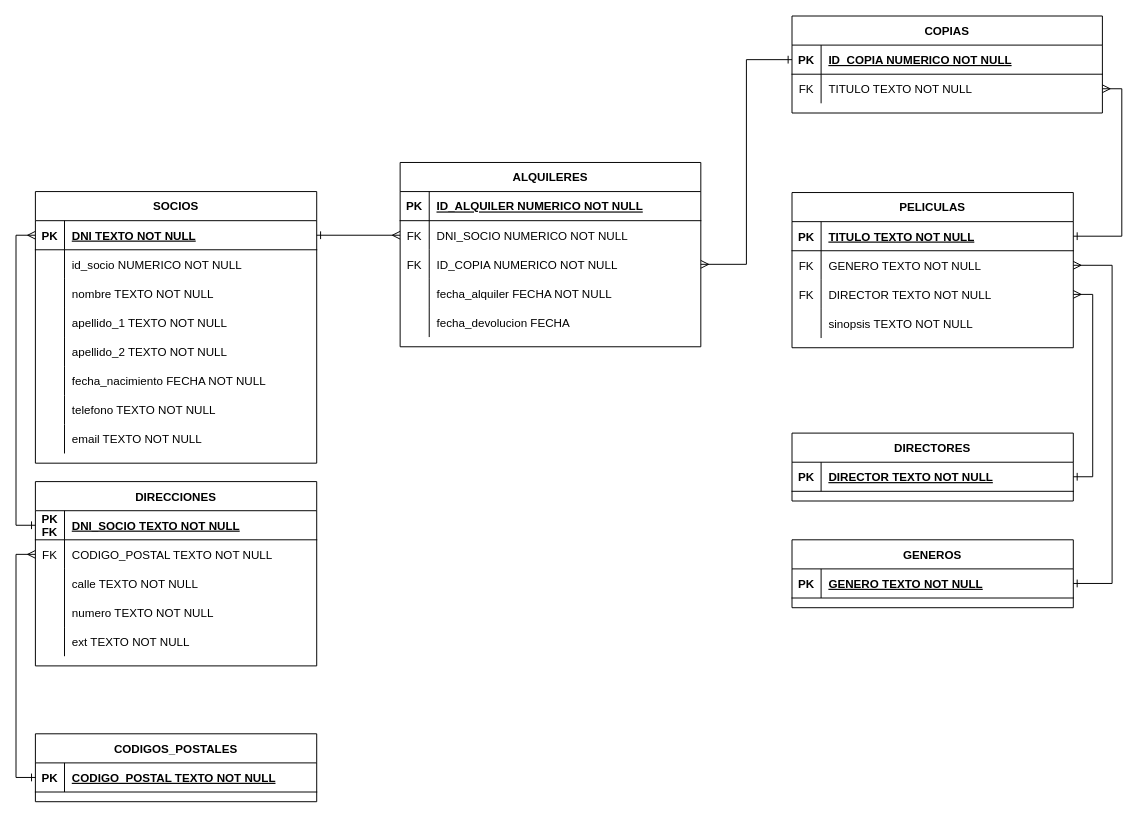
Above: GraficoVideoclub.drawio in Boncroix/Practica_ModeladoDeDatosSQL (draw.io), before the change. Source tidied: cells renumbered, new cells numbered last; positions are measured from the earlier drawing's top-left corner, leaving out a move shared by most shapes. Both pictures are drawn from the tidied source at 97%, with x=0, y=0 at pixel (35, 16).
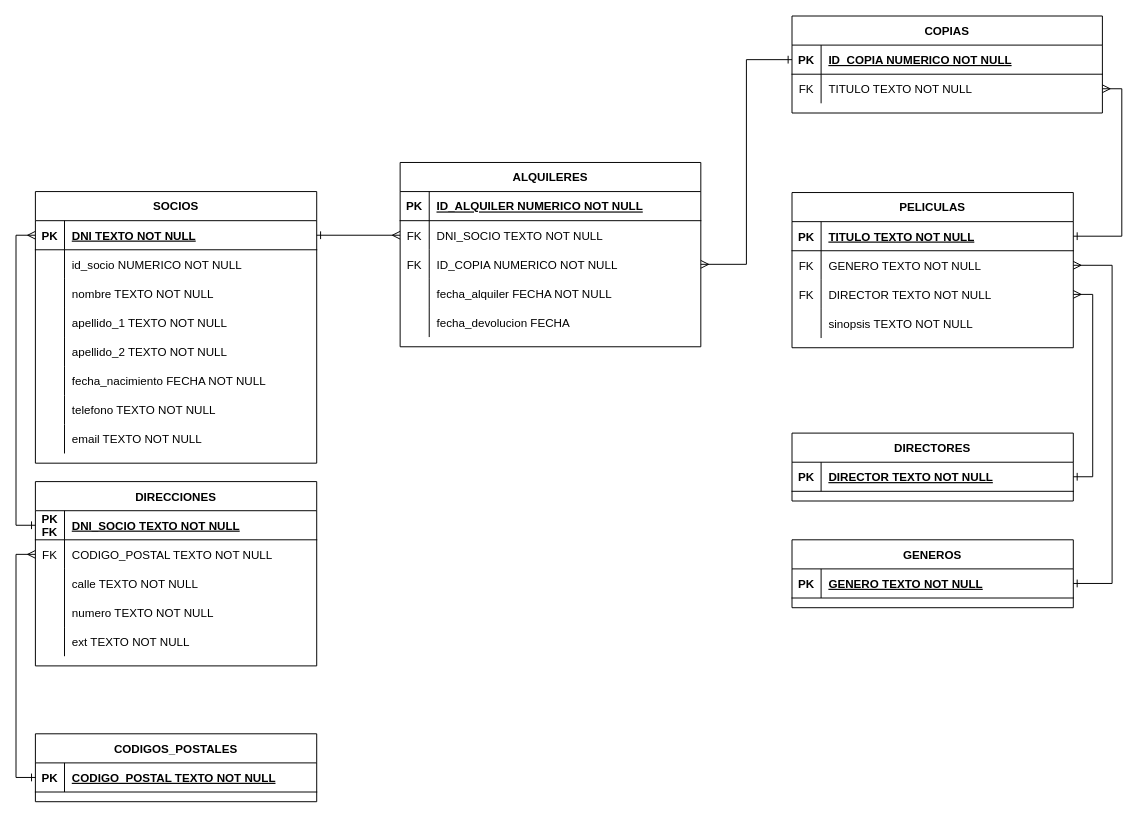
The same page after the edit.

Commit message:
corregir error en grafico dni socio tipo de dato

Unchanged cells that the change refers to:
```xml
<mxCell id="51" style="shape=partialRectangle;fillColor=none;points=[[0,0.5],[1,0.5]];portConstraint=eastwest;top=0;left=0;right=0;bottom=0;" parent="47" vertex="1">
  <mxGeometry y="60" width="310" height="30" as="geometry" />
</mxCell>
```

What changed in the source:
```diff
@@
-    <mxCell id="53" value="DNI_SOCIO NUMERICO NOT NULL" style="shape=partialRectangle;overflow=hidden;fillColor=none;top=0;left=0;bottom=0;right=0;align=left;spacingLeft=6;" parent="51" vertex="1">
+    <mxCell id="53" value="DNI_SOCIO TEXTO NOT NULL" style="shape=partialRectangle;overflow=hidden;fillColor=none;top=0;left=0;bottom=0;right=0;align=left;spacingLeft=6;" parent="51" vertex="1">
       <mxGeometry x="30" width="280" height="30" as="geometry" />
     </mxCell>
```
